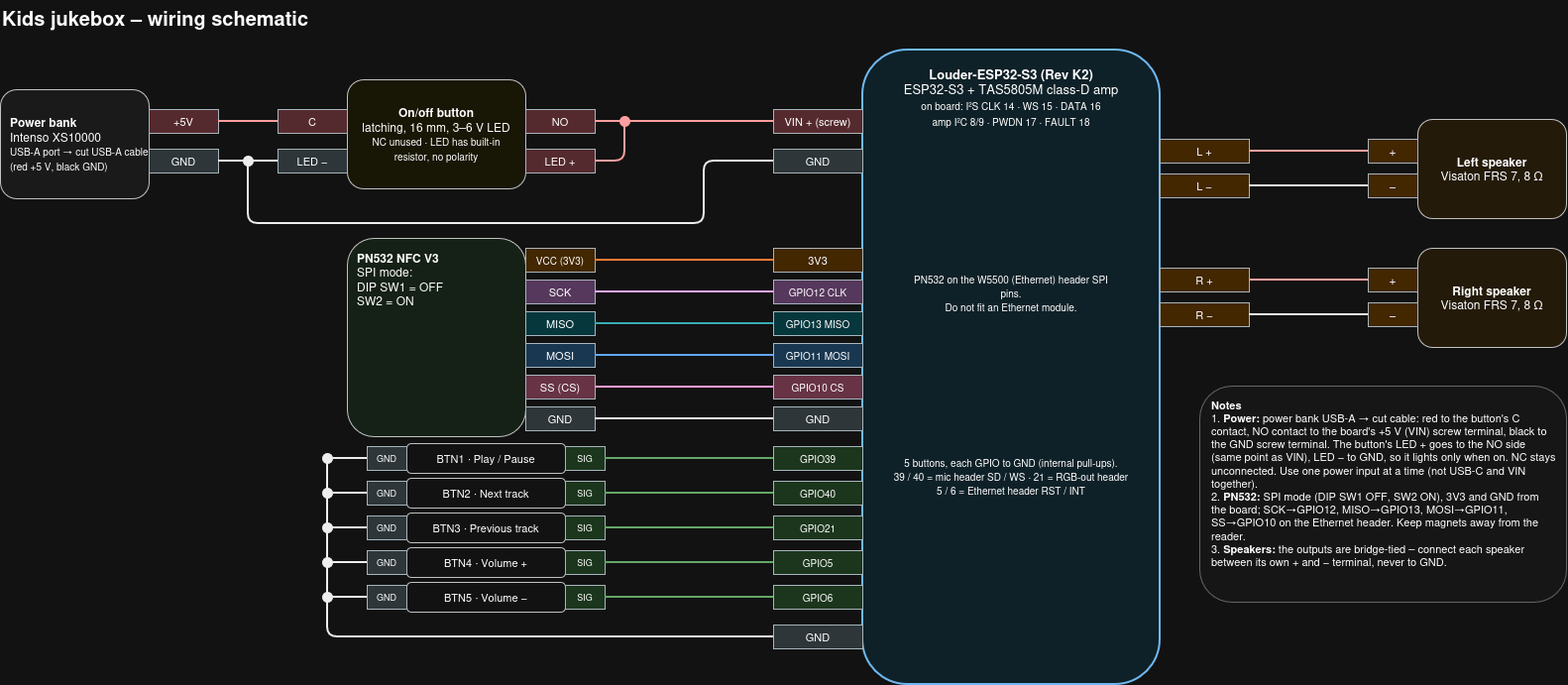
Above: hardware/kids-jukebox-wiring.png in kiwitea/esphome-louder-esp32-jukebox (draw.io), before the change. Source tidied: cells renumbered, new cells last; positions are measured from the earlier drawing's top-left corner, leaving out a move shared by most shapes.
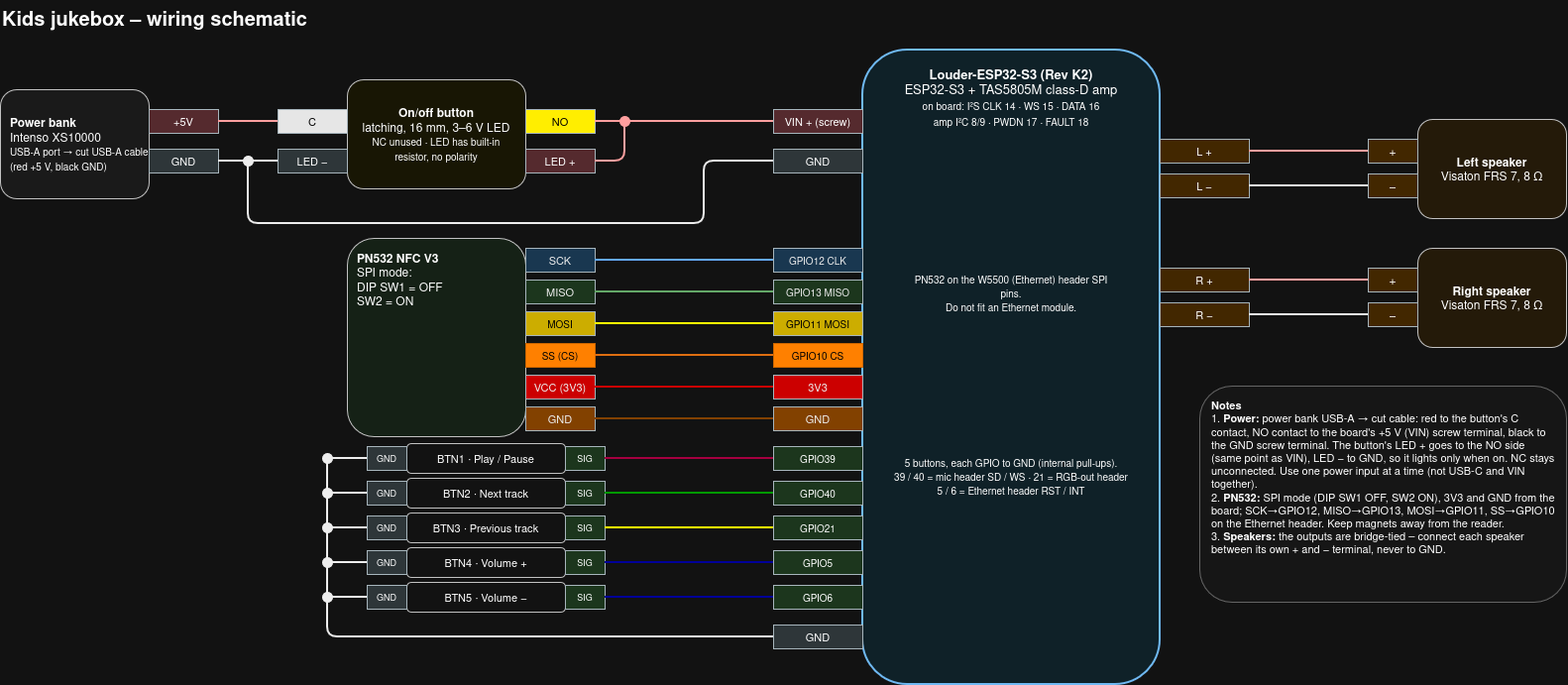
After the change.

Change to the diagram source:
```diff
@@ -17,13 +17,13 @@
     <mxCell id="6" value="&lt;b&gt;On/off button&lt;/b&gt;&lt;br&gt;latching, 16 mm, 3–6 V LED&lt;br&gt;&lt;font style=&quot;font-size:10px&quot;&gt;NC unused · LED has built-in&lt;br&gt;resistor, no polarity&lt;/font&gt;" style="rounded=1;whiteSpace=wrap;html=1;fillColor=#FFFDE7;strokeColor=#333333;fontSize=12;" parent="1" vertex="1">
       <mxGeometry x="350" y="80" width="180" height="110" as="geometry" />
     </mxCell>
-    <mxCell id="7" value="C" style="rounded=0;whiteSpace=wrap;html=1;fontSize=11;fillColor=#FFCDD2;strokeColor=#37474F;" parent="6" vertex="1">
+    <mxCell id="7" value="C" style="rounded=0;whiteSpace=wrap;html=1;fontSize=11;fillColor=light-dark(#E6E6E6,#E6E6E6);strokeColor=#37474F;fontColor=light-dark(#000000,#000000);" parent="6" vertex="1">
       <mxGeometry x="-70" y="30" width="70" height="24" as="geometry" />
     </mxCell>
     <mxCell id="8" value="LED −" style="rounded=0;whiteSpace=wrap;html=1;fontSize=11;fillColor=#CFD8DC;strokeColor=#37474F;" parent="6" vertex="1">
       <mxGeometry x="-70" y="70" width="70" height="24" as="geometry" />
     </mxCell>
-    <mxCell id="9" value="NO" style="rounded=0;whiteSpace=wrap;html=1;fontSize=11;fillColor=#FFCDD2;strokeColor=#37474F;" parent="6" vertex="1">
+    <mxCell id="9" value="NO" style="rounded=0;whiteSpace=wrap;html=1;fontSize=11;fillColor=light-dark(#FFFF00,#FFEE00);strokeColor=#37474F;fontColor=light-dark(#000000,#000000);" parent="6" vertex="1">
       <mxGeometry x="180" y="30" width="70" height="24" as="geometry" />
     </mxCell>
     <mxCell id="10" value="LED +" style="rounded=0;whiteSpace=wrap;html=1;fontSize=11;fillColor=#FFCDD2;strokeColor=#37474F;" parent="6" vertex="1">
@@ -32,22 +32,22 @@
     <mxCell id="11" value="&lt;b&gt;PN532 NFC V3&lt;/b&gt;&lt;br&gt;SPI mode:&lt;br&gt;DIP SW1 = OFF&lt;br&gt;SW2 = ON" style="rounded=1;whiteSpace=wrap;html=1;fillColor=#E8F5E9;strokeColor=#333333;fontSize=12;align=left;verticalAlign=top;spacingLeft=8;spacingTop=6;" parent="1" vertex="1">
       <mxGeometry x="350" y="240" width="180" height="200" as="geometry" />
     </mxCell>
-    <mxCell id="12" value="VCC (3V3)" style="rounded=0;whiteSpace=wrap;html=1;fontSize=10;fillColor=#FFE0B2;strokeColor=#37474F;" parent="11" vertex="1">
-      <mxGeometry x="180" y="10" width="70" height="24" as="geometry" />
-    </mxCell>
+    <mxCell id="16" value="SCK" style="rounded=0;whiteSpace=wrap;html=1;fontSize=11;fillColor=#BBDEFB;strokeColor=#37474F;fontColor=#000000;" parent="11" vertex="1">
+      <mxGeometry x="180" y="10" width="70" height="24" as="geometry" />
+    </mxCell>
+    <mxCell id="15" value="MISO" style="rounded=0;whiteSpace=wrap;html=1;fontSize=11;fillColor=#C8E6C9;strokeColor=#37474F;fontColor=#000000;" parent="11" vertex="1">
+      <mxGeometry x="180" y="42" width="70" height="24" as="geometry" />
+    </mxCell>
-    <mxCell id="13" value="MOSI" style="rounded=0;whiteSpace=wrap;html=1;fontSize=11;fillColor=#BBDEFB;strokeColor=#37474F;" parent="11" vertex="1">
-      <mxGeometry x="180" y="106" width="70" height="24" as="geometry" />
+    <mxCell id="13" value="MOSI" style="rounded=0;whiteSpace=wrap;html=1;fontSize=10;fillColor=light-dark(#FFF9C4,#CCAD00);strokeColor=#37474F;fontColor=light-dark(#000000,#000000);align=center;verticalAlign=middle;fontFamily=Helvetica;" parent="11" vertex="1">
+      <mxGeometry x="180" y="74" width="70" height="24" as="geometry" />
     </mxCell>
-    <mxCell id="14" value="SS (CS)" style="rounded=0;whiteSpace=wrap;html=1;fontSize=11;fillColor=#F8BBD0;strokeColor=#37474F;" parent="11" vertex="1">
-      <mxGeometry x="180" y="138" width="70" height="24" as="geometry" />
+    <mxCell id="14" value="SS (CS)" style="rounded=0;whiteSpace=wrap;html=1;fontSize=10;fillColor=light-dark(#FF8000,#FF8000);strokeColor=light-dark(#CC6600,#CC6600);fontColor=light-dark(#000000,#000000);align=center;verticalAlign=middle;fontFamily=Helvetica;" parent="11" vertex="1">
+      <mxGeometry x="180" y="106" width="70" height="24" as="geometry" />
     </mxCell>
-    <mxCell id="15" value="MISO" style="rounded=0;whiteSpace=wrap;html=1;fontSize=11;fillColor=#B2EBF2;strokeColor=#37474F;" parent="11" vertex="1">
-      <mxGeometry x="180" y="74" width="70" height="24" as="geometry" />
-    </mxCell>
-    <mxCell id="16" value="SCK" style="rounded=0;whiteSpace=wrap;html=1;fontSize=11;fillColor=#E1BEE7;strokeColor=#37474F;" parent="11" vertex="1">
-      <mxGeometry x="180" y="42" width="70" height="24" as="geometry" />
-    </mxCell>
+    <mxCell id="12" value="VCC (3V3)" style="rounded=0;whiteSpace=wrap;html=1;fontSize=11;fillColor=light-dark(#CC0000,#CC0000);strokeColor=#37474F;fontColor=#000000;align=center;verticalAlign=middle;fontFamily=Helvetica;" parent="11" vertex="1">
+      <mxGeometry x="180" y="138" width="70" height="24" as="geometry" />
+    </mxCell>
-    <mxCell id="17" value="GND" style="rounded=0;whiteSpace=wrap;html=1;fontSize=11;fillColor=#CFD8DC;strokeColor=#37474F;" parent="11" vertex="1">
+    <mxCell id="17" value="GND" style="rounded=0;whiteSpace=wrap;html=1;fontSize=11;fillColor=light-dark(#824100,#824100);strokeColor=#37474F;fontColor=#000000;align=center;verticalAlign=middle;fontFamily=Helvetica;" parent="11" vertex="1">
       <mxGeometry x="180" y="170" width="70" height="24" as="geometry" />
     </mxCell>
     <mxCell id="18" value="&lt;b&gt;Louder-ESP32-S3 (Rev K2)&lt;/b&gt;&lt;br&gt;ESP32-S3 + TAS5805M class-D amp&lt;br&gt;&lt;font style=&quot;font-size:10px&quot;&gt;on board: I²S CLK 14 · WS 15 · DATA 16&lt;br&gt;amp I²C 8/9 · PWDN 17 · FAULT 18&lt;/font&gt;" style="rounded=1;whiteSpace=wrap;html=1;fillColor=#E1F5FE;strokeColor=#01579B;strokeWidth=2;fontSize=13;verticalAlign=top;spacingTop=10;" parent="1" vertex="1">
@@ -65,22 +65,22 @@
     <mxCell id="22" value="GND" style="rounded=0;whiteSpace=wrap;html=1;fontSize=11;fillColor=#CFD8DC;strokeColor=#37474F;" parent="18" vertex="1">
       <mxGeometry x="-90" y="100" width="90" height="24" as="geometry" />
     </mxCell>
-    <mxCell id="23" value="3V3" style="rounded=0;whiteSpace=wrap;html=1;fontSize=11;fillColor=#FFE0B2;strokeColor=#37474F;" parent="18" vertex="1">
-      <mxGeometry x="-90" y="200" width="90" height="24" as="geometry" />
-    </mxCell>
+    <mxCell id="27" value="GPIO12 CLK" style="rounded=0;whiteSpace=wrap;html=1;fontSize=10;fillColor=#BBDEFB;strokeColor=#37474F;fontColor=#000000;" parent="18" vertex="1">
+      <mxGeometry x="-90" y="200" width="90" height="24" as="geometry" />
+    </mxCell>
+    <mxCell id="26" value="GPIO13 MISO" style="rounded=0;whiteSpace=wrap;html=1;fontSize=10;fillColor=#C8E6C9;strokeColor=#37474F;fontColor=#000000;" parent="18" vertex="1">
+      <mxGeometry x="-90" y="232" width="90" height="24" as="geometry" />
+    </mxCell>
-    <mxCell id="24" value="GPIO11 MOSI" style="rounded=0;whiteSpace=wrap;html=1;fontSize=10;fillColor=#BBDEFB;strokeColor=#37474F;" parent="18" vertex="1">
-      <mxGeometry x="-90" y="296" width="90" height="24" as="geometry" />
+    <mxCell id="24" value="GPIO11 MOSI" style="rounded=0;whiteSpace=wrap;html=1;fontSize=10;fillColor=light-dark(#FFF9C4,#CCAD00);strokeColor=#37474F;fontColor=light-dark(#000000,#000000);" parent="18" vertex="1">
+      <mxGeometry x="-90" y="264" width="90" height="24" as="geometry" />
     </mxCell>
-    <mxCell id="25" value="GPIO10 CS" style="rounded=0;whiteSpace=wrap;html=1;fontSize=10;fillColor=#F8BBD0;strokeColor=#37474F;" parent="18" vertex="1">
-      <mxGeometry x="-90" y="328" width="90" height="24" as="geometry" />
+    <mxCell id="25" value="GPIO10 CS" style="rounded=0;whiteSpace=wrap;html=1;fontSize=10;fillColor=light-dark(#FF8000,#FF8000);strokeColor=light-dark(#CC6600,#CC6600);fontColor=light-dark(#000000,#000000);" parent="18" vertex="1">
+      <mxGeometry x="-90" y="296" width="90" height="24" as="geometry" />
     </mxCell>
-    <mxCell id="26" value="GPIO13 MISO" style="rounded=0;whiteSpace=wrap;html=1;fontSize=10;fillColor=#B2EBF2;strokeColor=#37474F;" parent="18" vertex="1">
-      <mxGeometry x="-90" y="264" width="90" height="24" as="geometry" />
-    </mxCell>
-    <mxCell id="27" value="GPIO12 CLK" style="rounded=0;whiteSpace=wrap;html=1;fontSize=10;fillColor=#E1BEE7;strokeColor=#37474F;" parent="18" vertex="1">
-      <mxGeometry x="-90" y="232" width="90" height="24" as="geometry" />
-    </mxCell>
+    <mxCell id="23" value="3V3" style="rounded=0;whiteSpace=wrap;html=1;fontSize=11;fillColor=light-dark(#CC0000,#CC0000);strokeColor=#37474F;fontColor=#000000;" parent="18" vertex="1">
+      <mxGeometry x="-90" y="328" width="90" height="24" as="geometry" />
+    </mxCell>
-    <mxCell id="28" value="GND" style="rounded=0;whiteSpace=wrap;html=1;fontSize=11;fillColor=#CFD8DC;strokeColor=#37474F;" parent="18" vertex="1">
+    <mxCell id="28" value="GND" style="rounded=0;whiteSpace=wrap;html=1;fontSize=11;fillColor=light-dark(#824100,#824100);strokeColor=#37474F;fontColor=#000000;" parent="18" vertex="1">
       <mxGeometry x="-90" y="360" width="90" height="24" as="geometry" />
     </mxCell>
     <mxCell id="29" value="GPIO39" style="rounded=0;whiteSpace=wrap;html=1;fontSize=10;fillColor=#C8E6C9;strokeColor=#37474F;" parent="18" vertex="1">
@@ -228,22 +228,22 @@
         </Array>
       </mxGeometry>
     </mxCell>
-    <mxCell id="74" style="endArrow=none;startArrow=none;html=1;strokeWidth=2;strokeColor=#E65100;exitX=1;exitY=0.5;exitDx=0;exitDy=0;entryX=0;entryY=0.5;entryDx=0;entryDy=0;" parent="1" edge="1" source="12" target="23">
+    <mxCell id="74" style="endArrow=none;startArrow=none;html=1;strokeWidth=2;strokeColor=light-dark(#CC0000,#CC0000);exitX=1;exitY=0.5;exitDx=0;exitDy=0;entryX=0;entryY=0.5;entryDx=0;entryDy=0;" parent="1" edge="1" source="12" target="23">
       <mxGeometry relative="1" as="geometry" />
     </mxCell>
-    <mxCell id="75" style="endArrow=none;startArrow=none;html=1;strokeWidth=2;strokeColor=#1565C0;exitX=1;exitY=0.5;exitDx=0;exitDy=0;entryX=0;entryY=0.5;entryDx=0;entryDy=0;" parent="1" edge="1" source="13" target="24">
+    <mxCell id="75" style="endArrow=none;startArrow=none;html=1;strokeWidth=2;strokeColor=light-dark(#FFFF00,#FFFF00);exitX=1;exitY=0.5;exitDx=0;exitDy=0;entryX=0;entryY=0.5;entryDx=0;entryDy=0;" parent="1" edge="1" source="13" target="24">
       <mxGeometry relative="1" as="geometry" />
     </mxCell>
-    <mxCell id="76" style="endArrow=none;startArrow=none;html=1;strokeWidth=2;strokeColor=#AD1457;exitX=1;exitY=0.5;exitDx=0;exitDy=0;entryX=0;entryY=0.5;entryDx=0;entryDy=0;" parent="1" edge="1" source="14" target="25">
+    <mxCell id="76" style="endArrow=none;startArrow=none;html=1;strokeWidth=2;strokeColor=#EF6C00;exitX=1;exitY=0.5;exitDx=0;exitDy=0;entryX=0;entryY=0.5;entryDx=0;entryDy=0;" parent="1" edge="1" source="14" target="25">
       <mxGeometry relative="1" as="geometry" />
     </mxCell>
-    <mxCell id="77" style="endArrow=none;startArrow=none;html=1;strokeWidth=2;strokeColor=#00838F;exitX=1;exitY=0.5;exitDx=0;exitDy=0;entryX=0;entryY=0.5;entryDx=0;entryDy=0;" parent="1" edge="1" source="15" target="26">
+    <mxCell id="77" style="endArrow=none;startArrow=none;html=1;strokeWidth=2;strokeColor=#2E7D32;exitX=1;exitY=0.5;exitDx=0;exitDy=0;entryX=0;entryY=0.5;entryDx=0;entryDy=0;" parent="1" edge="1" source="15" target="26">
       <mxGeometry relative="1" as="geometry" />
     </mxCell>
-    <mxCell id="78" style="endArrow=none;startArrow=none;html=1;strokeWidth=2;strokeColor=#6A1B9A;exitX=1;exitY=0.5;exitDx=0;exitDy=0;entryX=0;entryY=0.5;entryDx=0;entryDy=0;" parent="1" edge="1" source="16" target="27">
+    <mxCell id="78" style="endArrow=none;startArrow=none;html=1;strokeWidth=2;strokeColor=#1565C0;exitX=1;exitY=0.5;exitDx=0;exitDy=0;entryX=0;entryY=0.5;entryDx=0;entryDy=0;" parent="1" edge="1" source="16" target="27">
       <mxGeometry relative="1" as="geometry" />
     </mxCell>
-    <mxCell id="79" style="endArrow=none;startArrow=none;html=1;strokeWidth=2;strokeColor=#000000;exitX=1;exitY=0.5;exitDx=0;exitDy=0;entryX=0;entryY=0.5;entryDx=0;entryDy=0;" parent="1" edge="1" source="17" target="28">
+    <mxCell id="79" style="endArrow=none;startArrow=none;html=1;strokeWidth=2;strokeColor=light-dark(#824100,#824100);exitX=1;exitY=0.5;exitDx=0;exitDy=0;entryX=0;entryY=0.5;entryDx=0;entryDy=0;" parent="1" edge="1" source="17" target="28">
       <mxGeometry relative="1" as="geometry" />
     </mxCell>
     <mxCell id="80" style="endArrow=none;startArrow=none;html=1;strokeWidth=2;strokeColor=#000000;exitX=0;exitY=0.5;exitDx=0;exitDy=0;entryX=0.5;entryY=0.5;entryDx=0;entryDy=0;" parent="1" edge="1" source="40" target="62">
@@ -280,19 +280,19 @@
         </Array>
       </mxGeometry>
     </mxCell>
-    <mxCell id="90" style="endArrow=none;startArrow=none;html=1;strokeWidth=2;strokeColor=#2E7D32;exitX=1;exitY=0.5;exitDx=0;exitDy=0;entryX=0;entryY=0.5;entryDx=0;entryDy=0;" parent="1" edge="1" source="41" target="29">
+    <mxCell id="90" style="endArrow=none;startArrow=none;html=1;strokeWidth=2;strokeColor=light-dark(#A50040,#A50040);exitX=1;exitY=0.5;exitDx=0;exitDy=0;entryX=0;entryY=0.5;entryDx=0;entryDy=0;fillColor=#d80073;" parent="1" edge="1" source="41" target="29">
       <mxGeometry relative="1" as="geometry" />
     </mxCell>
-    <mxCell id="91" style="endArrow=none;startArrow=none;html=1;strokeWidth=2;strokeColor=#2E7D32;exitX=1;exitY=0.5;exitDx=0;exitDy=0;entryX=0;entryY=0.5;entryDx=0;entryDy=0;" parent="1" edge="1" source="44" target="30">
+    <mxCell id="91" style="endArrow=none;startArrow=none;html=1;strokeWidth=2;strokeColor=light-dark(#2E7D32,#009900);exitX=1;exitY=0.5;exitDx=0;exitDy=0;entryX=0;entryY=0.5;entryDx=0;entryDy=0;" parent="1" edge="1" source="44" target="30">
       <mxGeometry relative="1" as="geometry" />
     </mxCell>
-    <mxCell id="92" style="endArrow=none;startArrow=none;html=1;strokeWidth=2;strokeColor=#2E7D32;exitX=1;exitY=0.5;exitDx=0;exitDy=0;entryX=0;entryY=0.5;entryDx=0;entryDy=0;" parent="1" edge="1" source="47" target="31">
+    <mxCell id="92" style="endArrow=none;startArrow=none;html=1;strokeWidth=2;strokeColor=light-dark(#FFFF00,#FFFF00);exitX=1;exitY=0.5;exitDx=0;exitDy=0;entryX=0;entryY=0.5;entryDx=0;entryDy=0;" parent="1" edge="1" source="47" target="31">
       <mxGeometry relative="1" as="geometry" />
     </mxCell>
-    <mxCell id="93" style="endArrow=none;startArrow=none;html=1;strokeWidth=2;strokeColor=#2E7D32;exitX=1;exitY=0.5;exitDx=0;exitDy=0;entryX=0;entryY=0.5;entryDx=0;entryDy=0;" parent="1" edge="1" source="50" target="32">
+    <mxCell id="93" style="endArrow=none;startArrow=none;html=1;strokeWidth=2;strokeColor=light-dark(#2E7D32,#000099);exitX=1;exitY=0.5;exitDx=0;exitDy=0;entryX=0;entryY=0.5;entryDx=0;entryDy=0;" parent="1" edge="1" source="50" target="32">
       <mxGeometry relative="1" as="geometry" />
     </mxCell>
-    <mxCell id="94" style="endArrow=none;startArrow=none;html=1;strokeWidth=2;strokeColor=#2E7D32;exitX=1;exitY=0.5;exitDx=0;exitDy=0;entryX=0;entryY=0.5;entryDx=0;entryDy=0;" parent="1" edge="1" source="53" target="33">
+    <mxCell id="94" style="endArrow=none;startArrow=none;html=1;strokeWidth=2;strokeColor=light-dark(#2E7D32,#000099);exitX=1;exitY=0.5;exitDx=0;exitDy=0;entryX=0;entryY=0.5;entryDx=0;entryDy=0;" parent="1" edge="1" source="53" target="33">
       <mxGeometry relative="1" as="geometry" />
     </mxCell>
     <mxCell id="95" style="endArrow=none;startArrow=none;html=1;strokeWidth=2;strokeColor=#D50000;exitX=1;exitY=0.5;exitDx=0;exitDy=0;entryX=0;entryY=0.5;entryDx=0;entryDy=0;" parent="1" edge="1" source="35" target="55">
```
